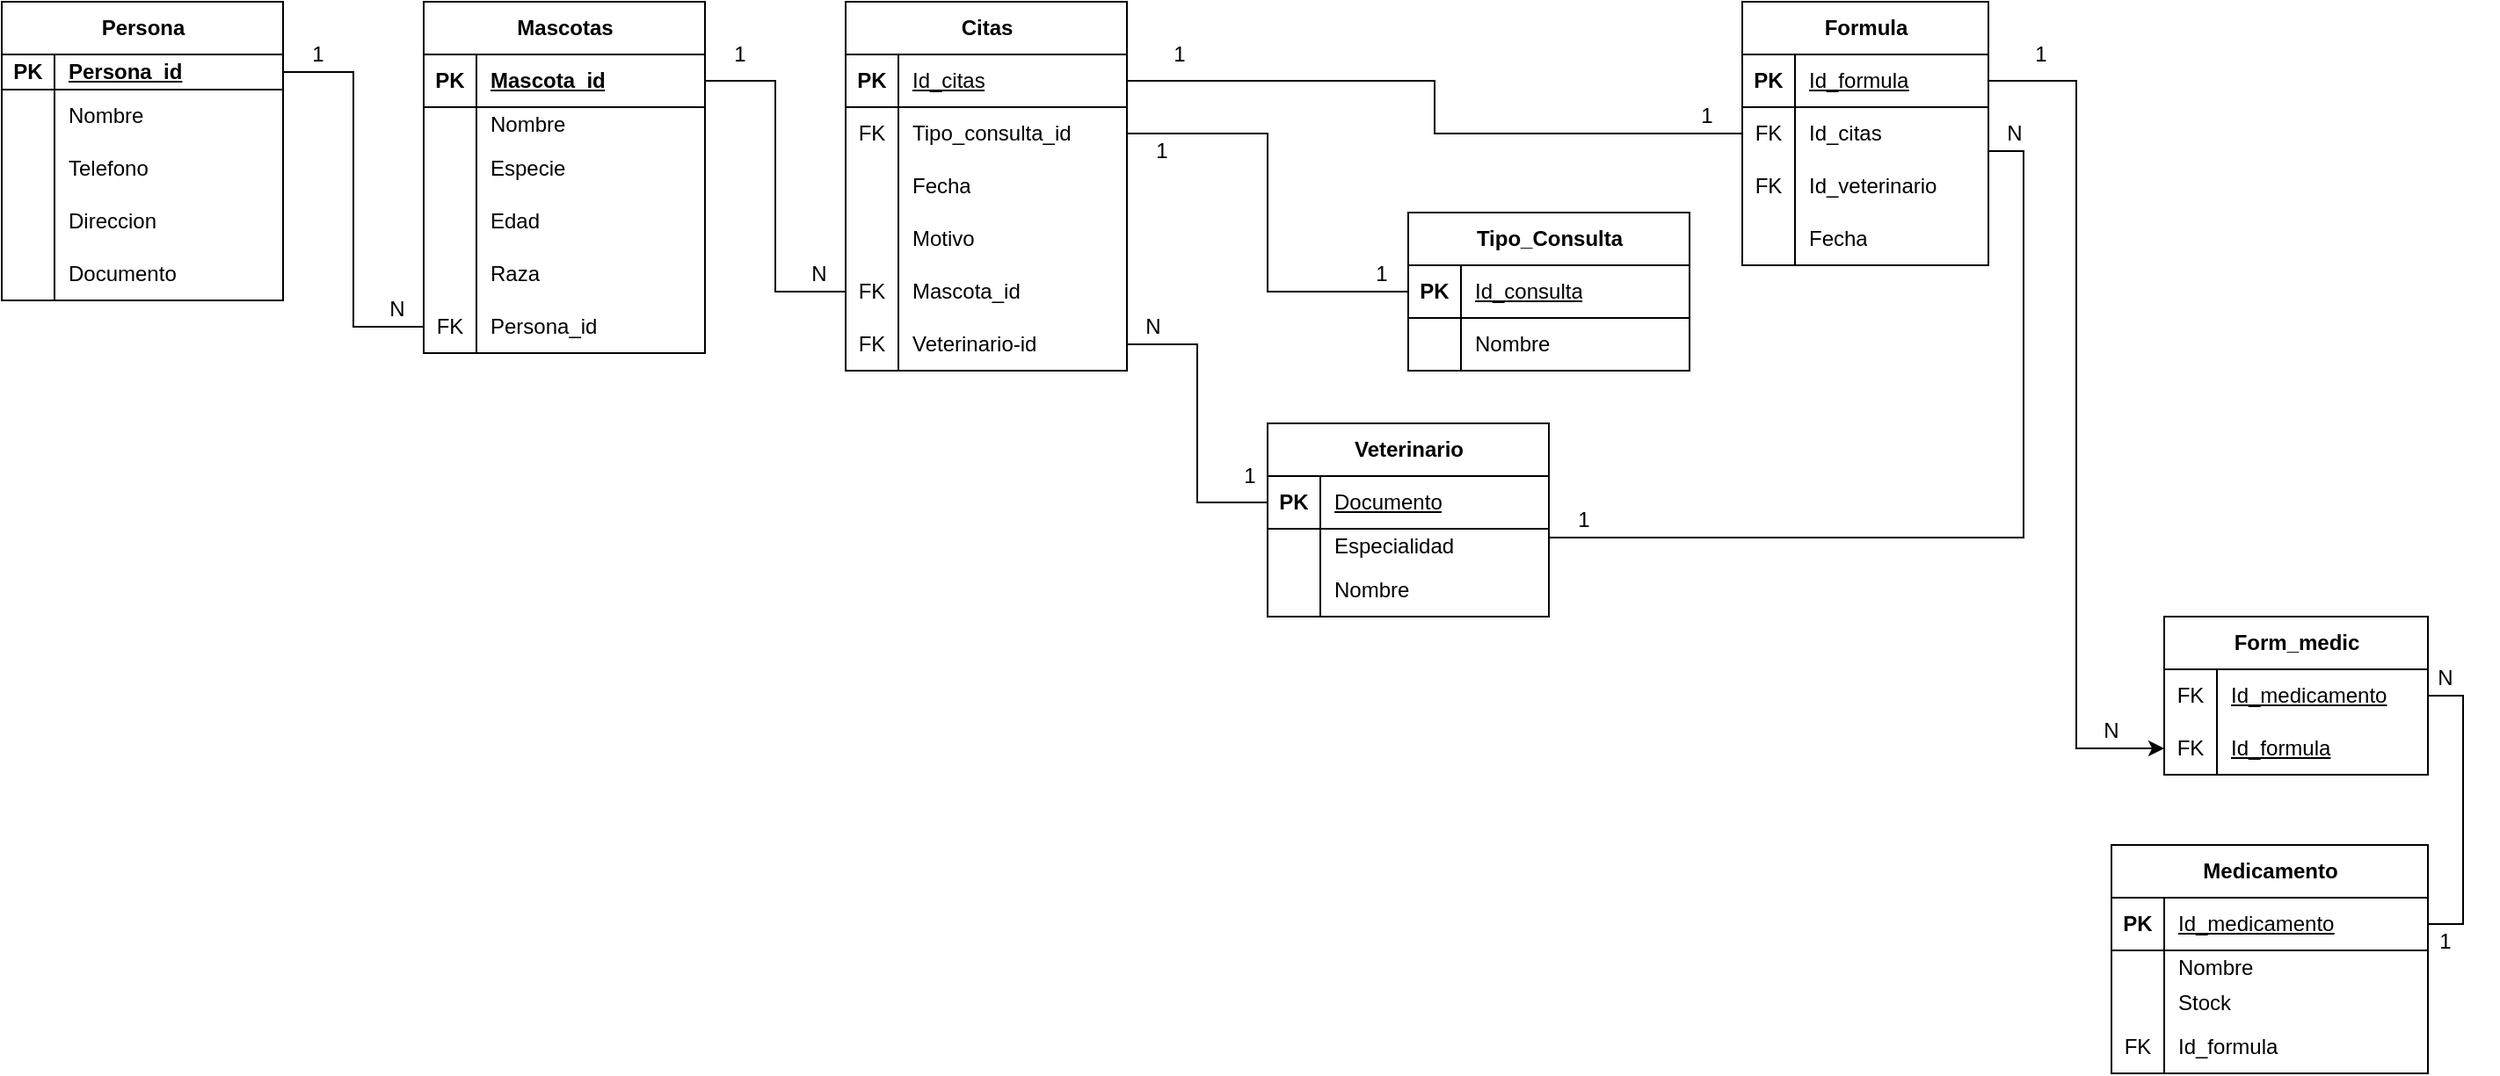
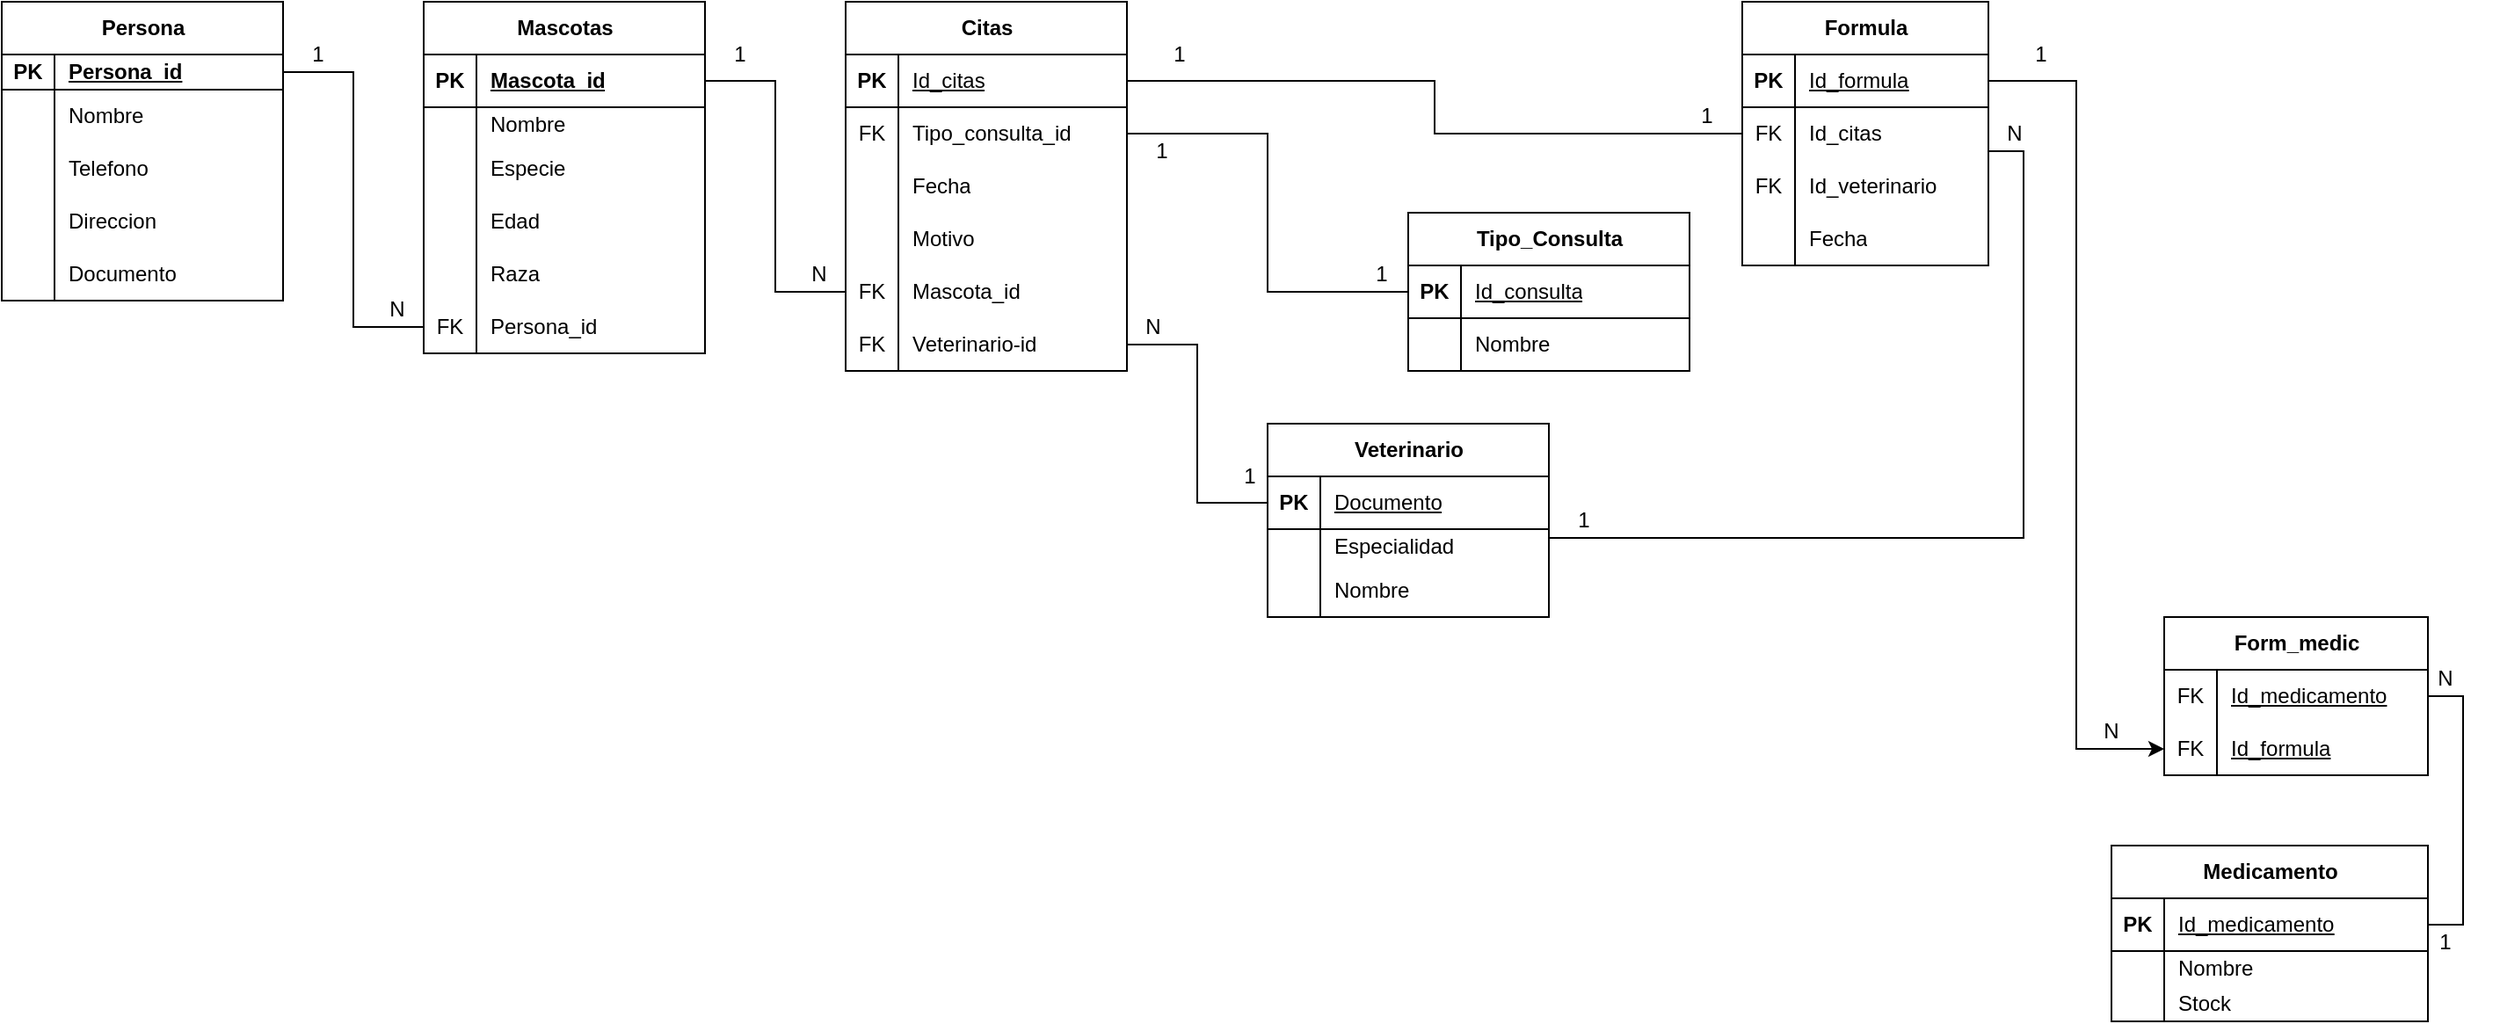
<mxfile host="app.diagrams.net">
  <diagram name="Página-1" id="SvJiLsPKLxgu3jtfJZc_">
    <mxGraphModel grid="1" page="1" gridSize="10" guides="1" tooltips="1" connect="1" arrows="1" fold="1" pageScale="1" pageWidth="827" pageHeight="1169" math="0" shadow="0">
      <root>
        <mxCell id="0" />
        <mxCell id="1" parent="0" />
        <mxCell id="VsvNg-i5ZFQkjpTPS8AG-1" parent="1" style="shape=table;startSize=30;container=1;collapsible=1;childLayout=tableLayout;fixedRows=1;rowLines=0;fontStyle=1;align=center;resizeLast=1;html=1;" value="Persona" vertex="1">
          <mxGeometry height="170" width="160" x="80" y="40" as="geometry" />
        </mxCell>
        <mxCell id="VsvNg-i5ZFQkjpTPS8AG-2" parent="VsvNg-i5ZFQkjpTPS8AG-1" style="shape=tableRow;horizontal=0;startSize=0;swimlaneHead=0;swimlaneBody=0;fillColor=none;collapsible=0;dropTarget=0;points=[[0,0.5],[1,0.5]];portConstraint=eastwest;top=0;left=0;right=0;bottom=1;" value="" vertex="1">
          <mxGeometry height="20" width="160" y="30" as="geometry" />
        </mxCell>
        <mxCell id="VsvNg-i5ZFQkjpTPS8AG-3" parent="VsvNg-i5ZFQkjpTPS8AG-2" style="shape=partialRectangle;connectable=0;fillColor=none;top=0;left=0;bottom=0;right=0;fontStyle=1;overflow=hidden;whiteSpace=wrap;html=1;" value="PK" vertex="1">
          <mxGeometry height="20" width="30" as="geometry">
            <mxRectangle height="20" width="30" as="alternateBounds" />
          </mxGeometry>
        </mxCell>
        <mxCell id="VsvNg-i5ZFQkjpTPS8AG-4" parent="VsvNg-i5ZFQkjpTPS8AG-2" style="shape=partialRectangle;connectable=0;fillColor=none;top=0;left=0;bottom=0;right=0;align=left;spacingLeft=6;fontStyle=5;overflow=hidden;whiteSpace=wrap;html=1;" value="Persona_id" vertex="1">
          <mxGeometry height="20" width="130" x="30" as="geometry">
            <mxRectangle height="20" width="130" as="alternateBounds" />
          </mxGeometry>
        </mxCell>
        <mxCell id="VsvNg-i5ZFQkjpTPS8AG-5" parent="VsvNg-i5ZFQkjpTPS8AG-1" style="shape=tableRow;horizontal=0;startSize=0;swimlaneHead=0;swimlaneBody=0;fillColor=none;collapsible=0;dropTarget=0;points=[[0,0.5],[1,0.5]];portConstraint=eastwest;top=0;left=0;right=0;bottom=0;" value="" vertex="1">
          <mxGeometry height="30" width="160" y="50" as="geometry" />
        </mxCell>
        <mxCell id="VsvNg-i5ZFQkjpTPS8AG-6" parent="VsvNg-i5ZFQkjpTPS8AG-5" style="shape=partialRectangle;connectable=0;fillColor=none;top=0;left=0;bottom=0;right=0;editable=1;overflow=hidden;whiteSpace=wrap;html=1;" value="" vertex="1">
          <mxGeometry height="30" width="30" as="geometry">
            <mxRectangle height="30" width="30" as="alternateBounds" />
          </mxGeometry>
        </mxCell>
        <mxCell id="VsvNg-i5ZFQkjpTPS8AG-7" parent="VsvNg-i5ZFQkjpTPS8AG-5" style="shape=partialRectangle;connectable=0;fillColor=none;top=0;left=0;bottom=0;right=0;align=left;spacingLeft=6;overflow=hidden;whiteSpace=wrap;html=1;" value="Nombre" vertex="1">
          <mxGeometry height="30" width="130" x="30" as="geometry">
            <mxRectangle height="30" width="130" as="alternateBounds" />
          </mxGeometry>
        </mxCell>
        <mxCell id="VsvNg-i5ZFQkjpTPS8AG-8" parent="VsvNg-i5ZFQkjpTPS8AG-1" style="shape=tableRow;horizontal=0;startSize=0;swimlaneHead=0;swimlaneBody=0;fillColor=none;collapsible=0;dropTarget=0;points=[[0,0.5],[1,0.5]];portConstraint=eastwest;top=0;left=0;right=0;bottom=0;" value="" vertex="1">
          <mxGeometry height="30" width="160" y="80" as="geometry" />
        </mxCell>
        <mxCell id="VsvNg-i5ZFQkjpTPS8AG-9" parent="VsvNg-i5ZFQkjpTPS8AG-8" style="shape=partialRectangle;connectable=0;fillColor=none;top=0;left=0;bottom=0;right=0;editable=1;overflow=hidden;whiteSpace=wrap;html=1;" value="" vertex="1">
          <mxGeometry height="30" width="30" as="geometry">
            <mxRectangle height="30" width="30" as="alternateBounds" />
          </mxGeometry>
        </mxCell>
        <mxCell id="VsvNg-i5ZFQkjpTPS8AG-10" parent="VsvNg-i5ZFQkjpTPS8AG-8" style="shape=partialRectangle;connectable=0;fillColor=none;top=0;left=0;bottom=0;right=0;align=left;spacingLeft=6;overflow=hidden;whiteSpace=wrap;html=1;" value="Telefono" vertex="1">
          <mxGeometry height="30" width="130" x="30" as="geometry">
            <mxRectangle height="30" width="130" as="alternateBounds" />
          </mxGeometry>
        </mxCell>
        <mxCell id="VsvNg-i5ZFQkjpTPS8AG-11" parent="VsvNg-i5ZFQkjpTPS8AG-1" style="shape=tableRow;horizontal=0;startSize=0;swimlaneHead=0;swimlaneBody=0;fillColor=none;collapsible=0;dropTarget=0;points=[[0,0.5],[1,0.5]];portConstraint=eastwest;top=0;left=0;right=0;bottom=0;" value="" vertex="1">
          <mxGeometry height="30" width="160" y="110" as="geometry" />
        </mxCell>
        <mxCell id="VsvNg-i5ZFQkjpTPS8AG-12" parent="VsvNg-i5ZFQkjpTPS8AG-11" style="shape=partialRectangle;connectable=0;fillColor=none;top=0;left=0;bottom=0;right=0;editable=1;overflow=hidden;whiteSpace=wrap;html=1;" value="" vertex="1">
          <mxGeometry height="30" width="30" as="geometry">
            <mxRectangle height="30" width="30" as="alternateBounds" />
          </mxGeometry>
        </mxCell>
        <mxCell id="VsvNg-i5ZFQkjpTPS8AG-13" parent="VsvNg-i5ZFQkjpTPS8AG-11" style="shape=partialRectangle;connectable=0;fillColor=none;top=0;left=0;bottom=0;right=0;align=left;spacingLeft=6;overflow=hidden;whiteSpace=wrap;html=1;" value="Direccion" vertex="1">
          <mxGeometry height="30" width="130" x="30" as="geometry">
            <mxRectangle height="30" width="130" as="alternateBounds" />
          </mxGeometry>
        </mxCell>
        <mxCell id="R9saIRfBqsFcuHFUggaw-72" parent="VsvNg-i5ZFQkjpTPS8AG-1" style="shape=tableRow;horizontal=0;startSize=0;swimlaneHead=0;swimlaneBody=0;fillColor=none;collapsible=0;dropTarget=0;points=[[0,0.5],[1,0.5]];portConstraint=eastwest;top=0;left=0;right=0;bottom=0;" value="" vertex="1">
          <mxGeometry height="30" width="160" y="140" as="geometry" />
        </mxCell>
        <mxCell id="R9saIRfBqsFcuHFUggaw-73" parent="R9saIRfBqsFcuHFUggaw-72" style="shape=partialRectangle;connectable=0;fillColor=none;top=0;left=0;bottom=0;right=0;editable=1;overflow=hidden;whiteSpace=wrap;html=1;" value="" vertex="1">
          <mxGeometry height="30" width="30" as="geometry">
            <mxRectangle height="30" width="30" as="alternateBounds" />
          </mxGeometry>
        </mxCell>
        <mxCell id="R9saIRfBqsFcuHFUggaw-74" parent="R9saIRfBqsFcuHFUggaw-72" style="shape=partialRectangle;connectable=0;fillColor=none;top=0;left=0;bottom=0;right=0;align=left;spacingLeft=6;overflow=hidden;whiteSpace=wrap;html=1;" value="Documento" vertex="1">
          <mxGeometry height="30" width="130" x="30" as="geometry">
            <mxRectangle height="30" width="130" as="alternateBounds" />
          </mxGeometry>
        </mxCell>
        <mxCell id="R9saIRfBqsFcuHFUggaw-1" parent="1" style="shape=table;startSize=30;container=1;collapsible=1;childLayout=tableLayout;fixedRows=1;rowLines=0;fontStyle=1;align=center;resizeLast=1;html=1;" value="Mascotas" vertex="1">
          <mxGeometry height="200" width="160" x="320" y="40" as="geometry" />
        </mxCell>
        <mxCell id="R9saIRfBqsFcuHFUggaw-2" parent="R9saIRfBqsFcuHFUggaw-1" style="shape=tableRow;horizontal=0;startSize=0;swimlaneHead=0;swimlaneBody=0;fillColor=none;collapsible=0;dropTarget=0;points=[[0,0.5],[1,0.5]];portConstraint=eastwest;top=0;left=0;right=0;bottom=1;" value="" vertex="1">
          <mxGeometry height="30" width="160" y="30" as="geometry" />
        </mxCell>
        <mxCell id="R9saIRfBqsFcuHFUggaw-3" parent="R9saIRfBqsFcuHFUggaw-2" style="shape=partialRectangle;connectable=0;fillColor=none;top=0;left=0;bottom=0;right=0;fontStyle=1;overflow=hidden;whiteSpace=wrap;html=1;" value="PK" vertex="1">
          <mxGeometry height="30" width="30" as="geometry">
            <mxRectangle height="30" width="30" as="alternateBounds" />
          </mxGeometry>
        </mxCell>
        <mxCell id="R9saIRfBqsFcuHFUggaw-4" parent="R9saIRfBqsFcuHFUggaw-2" style="shape=partialRectangle;connectable=0;fillColor=none;top=0;left=0;bottom=0;right=0;align=left;spacingLeft=6;fontStyle=5;overflow=hidden;whiteSpace=wrap;html=1;" value="Mascota_id" vertex="1">
          <mxGeometry height="30" width="130" x="30" as="geometry">
            <mxRectangle height="30" width="130" as="alternateBounds" />
          </mxGeometry>
        </mxCell>
        <mxCell id="R9saIRfBqsFcuHFUggaw-5" parent="R9saIRfBqsFcuHFUggaw-1" style="shape=tableRow;horizontal=0;startSize=0;swimlaneHead=0;swimlaneBody=0;fillColor=none;collapsible=0;dropTarget=0;points=[[0,0.5],[1,0.5]];portConstraint=eastwest;top=0;left=0;right=0;bottom=0;" value="" vertex="1">
          <mxGeometry height="20" width="160" y="60" as="geometry" />
        </mxCell>
        <mxCell id="R9saIRfBqsFcuHFUggaw-6" parent="R9saIRfBqsFcuHFUggaw-5" style="shape=partialRectangle;connectable=0;fillColor=none;top=0;left=0;bottom=0;right=0;editable=1;overflow=hidden;whiteSpace=wrap;html=1;" value="" vertex="1">
          <mxGeometry height="20" width="30" as="geometry">
            <mxRectangle height="20" width="30" as="alternateBounds" />
          </mxGeometry>
        </mxCell>
        <mxCell id="R9saIRfBqsFcuHFUggaw-7" parent="R9saIRfBqsFcuHFUggaw-5" style="shape=partialRectangle;connectable=0;fillColor=none;top=0;left=0;bottom=0;right=0;align=left;spacingLeft=6;overflow=hidden;whiteSpace=wrap;html=1;" value="Nombre" vertex="1">
          <mxGeometry height="20" width="130" x="30" as="geometry">
            <mxRectangle height="20" width="130" as="alternateBounds" />
          </mxGeometry>
        </mxCell>
        <mxCell id="R9saIRfBqsFcuHFUggaw-8" parent="R9saIRfBqsFcuHFUggaw-1" style="shape=tableRow;horizontal=0;startSize=0;swimlaneHead=0;swimlaneBody=0;fillColor=none;collapsible=0;dropTarget=0;points=[[0,0.5],[1,0.5]];portConstraint=eastwest;top=0;left=0;right=0;bottom=0;" value="" vertex="1">
          <mxGeometry height="30" width="160" y="80" as="geometry" />
        </mxCell>
        <mxCell id="R9saIRfBqsFcuHFUggaw-9" parent="R9saIRfBqsFcuHFUggaw-8" style="shape=partialRectangle;connectable=0;fillColor=none;top=0;left=0;bottom=0;right=0;editable=1;overflow=hidden;whiteSpace=wrap;html=1;" value="" vertex="1">
          <mxGeometry height="30" width="30" as="geometry">
            <mxRectangle height="30" width="30" as="alternateBounds" />
          </mxGeometry>
        </mxCell>
        <mxCell id="R9saIRfBqsFcuHFUggaw-10" parent="R9saIRfBqsFcuHFUggaw-8" style="shape=partialRectangle;connectable=0;fillColor=none;top=0;left=0;bottom=0;right=0;align=left;spacingLeft=6;overflow=hidden;whiteSpace=wrap;html=1;" value="Especie" vertex="1">
          <mxGeometry height="30" width="130" x="30" as="geometry">
            <mxRectangle height="30" width="130" as="alternateBounds" />
          </mxGeometry>
        </mxCell>
        <mxCell id="R9saIRfBqsFcuHFUggaw-11" parent="R9saIRfBqsFcuHFUggaw-1" style="shape=tableRow;horizontal=0;startSize=0;swimlaneHead=0;swimlaneBody=0;fillColor=none;collapsible=0;dropTarget=0;points=[[0,0.5],[1,0.5]];portConstraint=eastwest;top=0;left=0;right=0;bottom=0;" value="" vertex="1">
          <mxGeometry height="30" width="160" y="110" as="geometry" />
        </mxCell>
        <mxCell id="R9saIRfBqsFcuHFUggaw-12" parent="R9saIRfBqsFcuHFUggaw-11" style="shape=partialRectangle;connectable=0;fillColor=none;top=0;left=0;bottom=0;right=0;editable=1;overflow=hidden;whiteSpace=wrap;html=1;" value="" vertex="1">
          <mxGeometry height="30" width="30" as="geometry">
            <mxRectangle height="30" width="30" as="alternateBounds" />
          </mxGeometry>
        </mxCell>
        <mxCell id="R9saIRfBqsFcuHFUggaw-13" parent="R9saIRfBqsFcuHFUggaw-11" style="shape=partialRectangle;connectable=0;fillColor=none;top=0;left=0;bottom=0;right=0;align=left;spacingLeft=6;overflow=hidden;whiteSpace=wrap;html=1;" value="Edad" vertex="1">
          <mxGeometry height="30" width="130" x="30" as="geometry">
            <mxRectangle height="30" width="130" as="alternateBounds" />
          </mxGeometry>
        </mxCell>
        <mxCell id="R9saIRfBqsFcuHFUggaw-14" parent="R9saIRfBqsFcuHFUggaw-1" style="shape=tableRow;horizontal=0;startSize=0;swimlaneHead=0;swimlaneBody=0;fillColor=none;collapsible=0;dropTarget=0;points=[[0,0.5],[1,0.5]];portConstraint=eastwest;top=0;left=0;right=0;bottom=0;" value="" vertex="1">
          <mxGeometry height="30" width="160" y="140" as="geometry" />
        </mxCell>
        <mxCell id="R9saIRfBqsFcuHFUggaw-15" parent="R9saIRfBqsFcuHFUggaw-14" style="shape=partialRectangle;connectable=0;fillColor=none;top=0;left=0;bottom=0;right=0;editable=1;overflow=hidden;whiteSpace=wrap;html=1;" value="" vertex="1">
          <mxGeometry height="30" width="30" as="geometry">
            <mxRectangle height="30" width="30" as="alternateBounds" />
          </mxGeometry>
        </mxCell>
        <mxCell id="R9saIRfBqsFcuHFUggaw-16" parent="R9saIRfBqsFcuHFUggaw-14" style="shape=partialRectangle;connectable=0;fillColor=none;top=0;left=0;bottom=0;right=0;align=left;spacingLeft=6;overflow=hidden;whiteSpace=wrap;html=1;" value="Raza" vertex="1">
          <mxGeometry height="30" width="130" x="30" as="geometry">
            <mxRectangle height="30" width="130" as="alternateBounds" />
          </mxGeometry>
        </mxCell>
        <mxCell id="R9saIRfBqsFcuHFUggaw-75" parent="R9saIRfBqsFcuHFUggaw-1" style="shape=tableRow;horizontal=0;startSize=0;swimlaneHead=0;swimlaneBody=0;fillColor=none;collapsible=0;dropTarget=0;points=[[0,0.5],[1,0.5]];portConstraint=eastwest;top=0;left=0;right=0;bottom=0;" value="" vertex="1">
          <mxGeometry height="30" width="160" y="170" as="geometry" />
        </mxCell>
        <mxCell id="R9saIRfBqsFcuHFUggaw-76" parent="R9saIRfBqsFcuHFUggaw-75" style="shape=partialRectangle;connectable=0;fillColor=none;top=0;left=0;bottom=0;right=0;editable=1;overflow=hidden;whiteSpace=wrap;html=1;" value="FK" vertex="1">
          <mxGeometry height="30" width="30" as="geometry">
            <mxRectangle height="30" width="30" as="alternateBounds" />
          </mxGeometry>
        </mxCell>
        <mxCell id="R9saIRfBqsFcuHFUggaw-77" parent="R9saIRfBqsFcuHFUggaw-75" style="shape=partialRectangle;connectable=0;fillColor=none;top=0;left=0;bottom=0;right=0;align=left;spacingLeft=6;overflow=hidden;whiteSpace=wrap;html=1;" value="Persona_id" vertex="1">
          <mxGeometry height="30" width="130" x="30" as="geometry">
            <mxRectangle height="30" width="130" as="alternateBounds" />
          </mxGeometry>
        </mxCell>
        <mxCell id="R9saIRfBqsFcuHFUggaw-17" parent="1" style="shape=table;startSize=30;container=1;collapsible=1;childLayout=tableLayout;fixedRows=1;rowLines=0;fontStyle=1;align=center;resizeLast=1;html=1;" value="Citas" vertex="1">
          <mxGeometry height="210" width="160" x="560" y="40" as="geometry" />
        </mxCell>
        <mxCell id="R9saIRfBqsFcuHFUggaw-18" parent="R9saIRfBqsFcuHFUggaw-17" style="shape=tableRow;horizontal=0;startSize=0;swimlaneHead=0;swimlaneBody=0;fillColor=none;collapsible=0;dropTarget=0;points=[[0,0.5],[1,0.5]];portConstraint=eastwest;top=0;left=0;right=0;bottom=1;" value="" vertex="1">
          <mxGeometry height="30" width="160" y="30" as="geometry" />
        </mxCell>
        <mxCell id="R9saIRfBqsFcuHFUggaw-19" parent="R9saIRfBqsFcuHFUggaw-18" style="shape=partialRectangle;connectable=0;fillColor=none;top=0;left=0;bottom=0;right=0;fontStyle=1;overflow=hidden;whiteSpace=wrap;html=1;" value="PK" vertex="1">
          <mxGeometry height="30" width="30" as="geometry">
            <mxRectangle height="30" width="30" as="alternateBounds" />
          </mxGeometry>
        </mxCell>
        <mxCell id="R9saIRfBqsFcuHFUggaw-20" parent="R9saIRfBqsFcuHFUggaw-18" style="shape=partialRectangle;connectable=0;fillColor=none;top=0;left=0;bottom=0;right=0;align=left;spacingLeft=6;fontStyle=5;overflow=hidden;whiteSpace=wrap;html=1;" value="&lt;u style=&quot;font-weight: 400; text-align: center;&quot;&gt;Id_citas&lt;/u&gt;" vertex="1">
          <mxGeometry height="30" width="130" x="30" as="geometry">
            <mxRectangle height="30" width="130" as="alternateBounds" />
          </mxGeometry>
        </mxCell>
        <mxCell id="R9saIRfBqsFcuHFUggaw-21" parent="R9saIRfBqsFcuHFUggaw-17" style="shape=tableRow;horizontal=0;startSize=0;swimlaneHead=0;swimlaneBody=0;fillColor=none;collapsible=0;dropTarget=0;points=[[0,0.5],[1,0.5]];portConstraint=eastwest;top=0;left=0;right=0;bottom=0;" value="" vertex="1">
          <mxGeometry height="30" width="160" y="60" as="geometry" />
        </mxCell>
        <mxCell id="R9saIRfBqsFcuHFUggaw-22" parent="R9saIRfBqsFcuHFUggaw-21" style="shape=partialRectangle;connectable=0;fillColor=none;top=0;left=0;bottom=0;right=0;editable=1;overflow=hidden;whiteSpace=wrap;html=1;" value="FK" vertex="1">
          <mxGeometry height="30" width="30" as="geometry">
            <mxRectangle height="30" width="30" as="alternateBounds" />
          </mxGeometry>
        </mxCell>
        <mxCell id="R9saIRfBqsFcuHFUggaw-23" parent="R9saIRfBqsFcuHFUggaw-21" style="shape=partialRectangle;connectable=0;fillColor=none;top=0;left=0;bottom=0;right=0;align=left;spacingLeft=6;overflow=hidden;whiteSpace=wrap;html=1;" value="&lt;span style=&quot;text-align: center;&quot;&gt;Tipo_consulta_id&lt;/span&gt;" vertex="1">
          <mxGeometry height="30" width="130" x="30" as="geometry">
            <mxRectangle height="30" width="130" as="alternateBounds" />
          </mxGeometry>
        </mxCell>
        <mxCell id="R9saIRfBqsFcuHFUggaw-27" parent="R9saIRfBqsFcuHFUggaw-17" style="shape=tableRow;horizontal=0;startSize=0;swimlaneHead=0;swimlaneBody=0;fillColor=none;collapsible=0;dropTarget=0;points=[[0,0.5],[1,0.5]];portConstraint=eastwest;top=0;left=0;right=0;bottom=0;" value="" vertex="1">
          <mxGeometry height="30" width="160" y="90" as="geometry" />
        </mxCell>
        <mxCell id="R9saIRfBqsFcuHFUggaw-28" parent="R9saIRfBqsFcuHFUggaw-27" style="shape=partialRectangle;connectable=0;fillColor=none;top=0;left=0;bottom=0;right=0;editable=1;overflow=hidden;whiteSpace=wrap;html=1;" value="" vertex="1">
          <mxGeometry height="30" width="30" as="geometry">
            <mxRectangle height="30" width="30" as="alternateBounds" />
          </mxGeometry>
        </mxCell>
        <mxCell id="R9saIRfBqsFcuHFUggaw-29" parent="R9saIRfBqsFcuHFUggaw-27" style="shape=partialRectangle;connectable=0;fillColor=none;top=0;left=0;bottom=0;right=0;align=left;spacingLeft=6;overflow=hidden;whiteSpace=wrap;html=1;" value="&lt;span style=&quot;text-align: center;&quot;&gt;Fecha&lt;/span&gt;" vertex="1">
          <mxGeometry height="30" width="130" x="30" as="geometry">
            <mxRectangle height="30" width="130" as="alternateBounds" />
          </mxGeometry>
        </mxCell>
        <mxCell id="R9saIRfBqsFcuHFUggaw-30" parent="R9saIRfBqsFcuHFUggaw-17" style="shape=tableRow;horizontal=0;startSize=0;swimlaneHead=0;swimlaneBody=0;fillColor=none;collapsible=0;dropTarget=0;points=[[0,0.5],[1,0.5]];portConstraint=eastwest;top=0;left=0;right=0;bottom=0;" value="" vertex="1">
          <mxGeometry height="30" width="160" y="120" as="geometry" />
        </mxCell>
        <mxCell id="R9saIRfBqsFcuHFUggaw-31" parent="R9saIRfBqsFcuHFUggaw-30" style="shape=partialRectangle;connectable=0;fillColor=none;top=0;left=0;bottom=0;right=0;editable=1;overflow=hidden;whiteSpace=wrap;html=1;" value="" vertex="1">
          <mxGeometry height="30" width="30" as="geometry">
            <mxRectangle height="30" width="30" as="alternateBounds" />
          </mxGeometry>
        </mxCell>
        <mxCell id="R9saIRfBqsFcuHFUggaw-32" parent="R9saIRfBqsFcuHFUggaw-30" style="shape=partialRectangle;connectable=0;fillColor=none;top=0;left=0;bottom=0;right=0;align=left;spacingLeft=6;overflow=hidden;whiteSpace=wrap;html=1;" value="&lt;span style=&quot;text-align: center;&quot;&gt;Motivo&lt;/span&gt;" vertex="1">
          <mxGeometry height="30" width="130" x="30" as="geometry">
            <mxRectangle height="30" width="130" as="alternateBounds" />
          </mxGeometry>
        </mxCell>
        <mxCell id="R9saIRfBqsFcuHFUggaw-79" parent="R9saIRfBqsFcuHFUggaw-17" style="shape=tableRow;horizontal=0;startSize=0;swimlaneHead=0;swimlaneBody=0;fillColor=none;collapsible=0;dropTarget=0;points=[[0,0.5],[1,0.5]];portConstraint=eastwest;top=0;left=0;right=0;bottom=0;" value="" vertex="1">
          <mxGeometry height="30" width="160" y="150" as="geometry" />
        </mxCell>
        <mxCell id="R9saIRfBqsFcuHFUggaw-80" parent="R9saIRfBqsFcuHFUggaw-79" style="shape=partialRectangle;connectable=0;fillColor=none;top=0;left=0;bottom=0;right=0;editable=1;overflow=hidden;whiteSpace=wrap;html=1;" value="FK" vertex="1">
          <mxGeometry height="30" width="30" as="geometry">
            <mxRectangle height="30" width="30" as="alternateBounds" />
          </mxGeometry>
        </mxCell>
        <mxCell id="R9saIRfBqsFcuHFUggaw-81" parent="R9saIRfBqsFcuHFUggaw-79" style="shape=partialRectangle;connectable=0;fillColor=none;top=0;left=0;bottom=0;right=0;align=left;spacingLeft=6;overflow=hidden;whiteSpace=wrap;html=1;" value="&lt;span style=&quot;text-align: center;&quot;&gt;Mascota_id&lt;/span&gt;" vertex="1">
          <mxGeometry height="30" width="130" x="30" as="geometry">
            <mxRectangle height="30" width="130" as="alternateBounds" />
          </mxGeometry>
        </mxCell>
        <mxCell id="R9saIRfBqsFcuHFUggaw-116" parent="R9saIRfBqsFcuHFUggaw-17" style="shape=tableRow;horizontal=0;startSize=0;swimlaneHead=0;swimlaneBody=0;fillColor=none;collapsible=0;dropTarget=0;points=[[0,0.5],[1,0.5]];portConstraint=eastwest;top=0;left=0;right=0;bottom=0;" value="" vertex="1">
          <mxGeometry height="30" width="160" y="180" as="geometry" />
        </mxCell>
        <mxCell id="R9saIRfBqsFcuHFUggaw-117" parent="R9saIRfBqsFcuHFUggaw-116" style="shape=partialRectangle;connectable=0;fillColor=none;top=0;left=0;bottom=0;right=0;editable=1;overflow=hidden;whiteSpace=wrap;html=1;" value="FK" vertex="1">
          <mxGeometry height="30" width="30" as="geometry">
            <mxRectangle height="30" width="30" as="alternateBounds" />
          </mxGeometry>
        </mxCell>
        <mxCell id="R9saIRfBqsFcuHFUggaw-118" parent="R9saIRfBqsFcuHFUggaw-116" style="shape=partialRectangle;connectable=0;fillColor=none;top=0;left=0;bottom=0;right=0;align=left;spacingLeft=6;overflow=hidden;whiteSpace=wrap;html=1;" value="&lt;div style=&quot;text-align: center;&quot;&gt;&lt;span style=&quot;background-color: transparent; color: light-dark(rgb(0, 0, 0), rgb(255, 255, 255));&quot;&gt;Veterinario-id&lt;/span&gt;&lt;/div&gt;" vertex="1">
          <mxGeometry height="30" width="130" x="30" as="geometry">
            <mxRectangle height="30" width="130" as="alternateBounds" />
          </mxGeometry>
        </mxCell>
        <mxCell id="R9saIRfBqsFcuHFUggaw-33" parent="1" style="shape=table;startSize=30;container=1;collapsible=1;childLayout=tableLayout;fixedRows=1;rowLines=0;fontStyle=1;align=center;resizeLast=1;html=1;" value="Veterinario" vertex="1">
          <mxGeometry height="110" width="160" x="800" y="280" as="geometry" />
        </mxCell>
        <mxCell id="R9saIRfBqsFcuHFUggaw-34" parent="R9saIRfBqsFcuHFUggaw-33" style="shape=tableRow;horizontal=0;startSize=0;swimlaneHead=0;swimlaneBody=0;fillColor=none;collapsible=0;dropTarget=0;points=[[0,0.5],[1,0.5]];portConstraint=eastwest;top=0;left=0;right=0;bottom=1;" value="" vertex="1">
          <mxGeometry height="30" width="160" y="30" as="geometry" />
        </mxCell>
        <mxCell id="R9saIRfBqsFcuHFUggaw-35" parent="R9saIRfBqsFcuHFUggaw-34" style="shape=partialRectangle;connectable=0;fillColor=none;top=0;left=0;bottom=0;right=0;fontStyle=1;overflow=hidden;whiteSpace=wrap;html=1;" value="PK" vertex="1">
          <mxGeometry height="30" width="30" as="geometry">
            <mxRectangle height="30" width="30" as="alternateBounds" />
          </mxGeometry>
        </mxCell>
        <mxCell id="R9saIRfBqsFcuHFUggaw-36" parent="R9saIRfBqsFcuHFUggaw-34" style="shape=partialRectangle;connectable=0;fillColor=none;top=0;left=0;bottom=0;right=0;align=left;spacingLeft=6;fontStyle=5;overflow=hidden;whiteSpace=wrap;html=1;" value="&lt;u style=&quot;font-weight: 400; text-align: center;&quot;&gt;Documento&lt;/u&gt;" vertex="1">
          <mxGeometry height="30" width="130" x="30" as="geometry">
            <mxRectangle height="30" width="130" as="alternateBounds" />
          </mxGeometry>
        </mxCell>
        <mxCell id="R9saIRfBqsFcuHFUggaw-37" parent="R9saIRfBqsFcuHFUggaw-33" style="shape=tableRow;horizontal=0;startSize=0;swimlaneHead=0;swimlaneBody=0;fillColor=none;collapsible=0;dropTarget=0;points=[[0,0.5],[1,0.5]];portConstraint=eastwest;top=0;left=0;right=0;bottom=0;" value="" vertex="1">
          <mxGeometry height="20" width="160" y="60" as="geometry" />
        </mxCell>
        <mxCell id="R9saIRfBqsFcuHFUggaw-38" parent="R9saIRfBqsFcuHFUggaw-37" style="shape=partialRectangle;connectable=0;fillColor=none;top=0;left=0;bottom=0;right=0;editable=1;overflow=hidden;whiteSpace=wrap;html=1;" value="" vertex="1">
          <mxGeometry height="20" width="30" as="geometry">
            <mxRectangle height="20" width="30" as="alternateBounds" />
          </mxGeometry>
        </mxCell>
        <mxCell id="R9saIRfBqsFcuHFUggaw-39" parent="R9saIRfBqsFcuHFUggaw-37" style="shape=partialRectangle;connectable=0;fillColor=none;top=0;left=0;bottom=0;right=0;align=left;spacingLeft=6;overflow=hidden;whiteSpace=wrap;html=1;" value="&lt;span style=&quot;text-align: center;&quot;&gt;Especialidad&lt;/span&gt;" vertex="1">
          <mxGeometry height="20" width="130" x="30" as="geometry">
            <mxRectangle height="20" width="130" as="alternateBounds" />
          </mxGeometry>
        </mxCell>
        <mxCell id="R9saIRfBqsFcuHFUggaw-40" parent="R9saIRfBqsFcuHFUggaw-33" style="shape=tableRow;horizontal=0;startSize=0;swimlaneHead=0;swimlaneBody=0;fillColor=none;collapsible=0;dropTarget=0;points=[[0,0.5],[1,0.5]];portConstraint=eastwest;top=0;left=0;right=0;bottom=0;" value="" vertex="1">
          <mxGeometry height="30" width="160" y="80" as="geometry" />
        </mxCell>
        <mxCell id="R9saIRfBqsFcuHFUggaw-41" parent="R9saIRfBqsFcuHFUggaw-40" style="shape=partialRectangle;connectable=0;fillColor=none;top=0;left=0;bottom=0;right=0;editable=1;overflow=hidden;whiteSpace=wrap;html=1;" value="" vertex="1">
          <mxGeometry height="30" width="30" as="geometry">
            <mxRectangle height="30" width="30" as="alternateBounds" />
          </mxGeometry>
        </mxCell>
        <mxCell id="R9saIRfBqsFcuHFUggaw-42" parent="R9saIRfBqsFcuHFUggaw-40" style="shape=partialRectangle;connectable=0;fillColor=none;top=0;left=0;bottom=0;right=0;align=left;spacingLeft=6;overflow=hidden;whiteSpace=wrap;html=1;" value="&lt;span style=&quot;text-align: center;&quot;&gt;Nombre&lt;/span&gt;" vertex="1">
          <mxGeometry height="30" width="130" x="30" as="geometry">
            <mxRectangle height="30" width="130" as="alternateBounds" />
          </mxGeometry>
        </mxCell>
        <mxCell id="R9saIRfBqsFcuHFUggaw-46" parent="1" style="shape=table;startSize=30;container=1;collapsible=1;childLayout=tableLayout;fixedRows=1;rowLines=0;fontStyle=1;align=center;resizeLast=1;html=1;" value="Tipo_Consulta" vertex="1">
          <mxGeometry height="90" width="160" x="880" y="160" as="geometry" />
        </mxCell>
        <mxCell id="R9saIRfBqsFcuHFUggaw-47" parent="R9saIRfBqsFcuHFUggaw-46" style="shape=tableRow;horizontal=0;startSize=0;swimlaneHead=0;swimlaneBody=0;fillColor=none;collapsible=0;dropTarget=0;points=[[0,0.5],[1,0.5]];portConstraint=eastwest;top=0;left=0;right=0;bottom=1;" value="" vertex="1">
          <mxGeometry height="30" width="160" y="30" as="geometry" />
        </mxCell>
        <mxCell id="R9saIRfBqsFcuHFUggaw-48" parent="R9saIRfBqsFcuHFUggaw-47" style="shape=partialRectangle;connectable=0;fillColor=none;top=0;left=0;bottom=0;right=0;fontStyle=1;overflow=hidden;whiteSpace=wrap;html=1;" value="PK" vertex="1">
          <mxGeometry height="30" width="30" as="geometry">
            <mxRectangle height="30" width="30" as="alternateBounds" />
          </mxGeometry>
        </mxCell>
        <mxCell id="R9saIRfBqsFcuHFUggaw-49" parent="R9saIRfBqsFcuHFUggaw-47" style="shape=partialRectangle;connectable=0;fillColor=none;top=0;left=0;bottom=0;right=0;align=left;spacingLeft=6;fontStyle=5;overflow=hidden;whiteSpace=wrap;html=1;" value="&lt;u style=&quot;font-weight: 400; text-align: center;&quot;&gt;Id_consulta&lt;/u&gt;" vertex="1">
          <mxGeometry height="30" width="130" x="30" as="geometry">
            <mxRectangle height="30" width="130" as="alternateBounds" />
          </mxGeometry>
        </mxCell>
        <mxCell id="R9saIRfBqsFcuHFUggaw-50" parent="R9saIRfBqsFcuHFUggaw-46" style="shape=tableRow;horizontal=0;startSize=0;swimlaneHead=0;swimlaneBody=0;fillColor=none;collapsible=0;dropTarget=0;points=[[0,0.5],[1,0.5]];portConstraint=eastwest;top=0;left=0;right=0;bottom=0;" value="" vertex="1">
          <mxGeometry height="30" width="160" y="60" as="geometry" />
        </mxCell>
        <mxCell id="R9saIRfBqsFcuHFUggaw-51" parent="R9saIRfBqsFcuHFUggaw-50" style="shape=partialRectangle;connectable=0;fillColor=none;top=0;left=0;bottom=0;right=0;editable=1;overflow=hidden;whiteSpace=wrap;html=1;" value="" vertex="1">
          <mxGeometry height="30" width="30" as="geometry">
            <mxRectangle height="30" width="30" as="alternateBounds" />
          </mxGeometry>
        </mxCell>
        <mxCell id="R9saIRfBqsFcuHFUggaw-52" parent="R9saIRfBqsFcuHFUggaw-50" style="shape=partialRectangle;connectable=0;fillColor=none;top=0;left=0;bottom=0;right=0;align=left;spacingLeft=6;overflow=hidden;whiteSpace=wrap;html=1;" value="&lt;span style=&quot;text-align: center;&quot;&gt;Nombre&lt;/span&gt;" vertex="1">
          <mxGeometry height="30" width="130" x="30" as="geometry">
            <mxRectangle height="30" width="130" as="alternateBounds" />
          </mxGeometry>
        </mxCell>
        <mxCell id="R9saIRfBqsFcuHFUggaw-78" edge="1" parent="1" source="VsvNg-i5ZFQkjpTPS8AG-2" style="edgeStyle=orthogonalEdgeStyle;rounded=0;orthogonalLoop=1;jettySize=auto;html=1;exitX=1;exitY=0.5;exitDx=0;exitDy=0;entryX=0;entryY=0.5;entryDx=0;entryDy=0;endArrow=none;endFill=0;" target="R9saIRfBqsFcuHFUggaw-75">
          <mxGeometry relative="1" as="geometry" />
        </mxCell>
        <mxCell id="R9saIRfBqsFcuHFUggaw-82" edge="1" parent="1" source="R9saIRfBqsFcuHFUggaw-2" style="edgeStyle=orthogonalEdgeStyle;rounded=0;orthogonalLoop=1;jettySize=auto;html=1;exitX=1;exitY=0.5;exitDx=0;exitDy=0;entryX=0;entryY=0.5;entryDx=0;entryDy=0;endArrow=none;endFill=0;" target="R9saIRfBqsFcuHFUggaw-79">
          <mxGeometry relative="1" as="geometry" />
        </mxCell>
        <mxCell id="R9saIRfBqsFcuHFUggaw-84" parent="1" style="shape=table;startSize=30;container=1;collapsible=1;childLayout=tableLayout;fixedRows=1;rowLines=0;fontStyle=1;align=center;resizeLast=1;html=1;" value="Formula" vertex="1">
          <mxGeometry height="150" width="140" x="1070" y="40" as="geometry" />
        </mxCell>
        <mxCell id="R9saIRfBqsFcuHFUggaw-85" parent="R9saIRfBqsFcuHFUggaw-84" style="shape=tableRow;horizontal=0;startSize=0;swimlaneHead=0;swimlaneBody=0;fillColor=none;collapsible=0;dropTarget=0;points=[[0,0.5],[1,0.5]];portConstraint=eastwest;top=0;left=0;right=0;bottom=1;" value="" vertex="1">
          <mxGeometry height="30" width="140" y="30" as="geometry" />
        </mxCell>
        <mxCell id="R9saIRfBqsFcuHFUggaw-86" parent="R9saIRfBqsFcuHFUggaw-85" style="shape=partialRectangle;connectable=0;fillColor=none;top=0;left=0;bottom=0;right=0;fontStyle=1;overflow=hidden;whiteSpace=wrap;html=1;" value="PK" vertex="1">
          <mxGeometry height="30" width="30" as="geometry">
            <mxRectangle height="30" width="30" as="alternateBounds" />
          </mxGeometry>
        </mxCell>
        <mxCell id="R9saIRfBqsFcuHFUggaw-87" parent="R9saIRfBqsFcuHFUggaw-85" style="shape=partialRectangle;connectable=0;fillColor=none;top=0;left=0;bottom=0;right=0;align=left;spacingLeft=6;fontStyle=5;overflow=hidden;whiteSpace=wrap;html=1;" value="&lt;u style=&quot;font-weight: 400; text-align: center;&quot;&gt;Id_formula&lt;/u&gt;" vertex="1">
          <mxGeometry height="30" width="110" x="30" as="geometry">
            <mxRectangle height="30" width="110" as="alternateBounds" />
          </mxGeometry>
        </mxCell>
        <mxCell id="R9saIRfBqsFcuHFUggaw-88" parent="R9saIRfBqsFcuHFUggaw-84" style="shape=tableRow;horizontal=0;startSize=0;swimlaneHead=0;swimlaneBody=0;fillColor=none;collapsible=0;dropTarget=0;points=[[0,0.5],[1,0.5]];portConstraint=eastwest;top=0;left=0;right=0;bottom=0;" value="" vertex="1">
          <mxGeometry height="30" width="140" y="60" as="geometry" />
        </mxCell>
        <mxCell id="R9saIRfBqsFcuHFUggaw-89" parent="R9saIRfBqsFcuHFUggaw-88" style="shape=partialRectangle;connectable=0;fillColor=none;top=0;left=0;bottom=0;right=0;editable=1;overflow=hidden;whiteSpace=wrap;html=1;" value="FK" vertex="1">
          <mxGeometry height="30" width="30" as="geometry">
            <mxRectangle height="30" width="30" as="alternateBounds" />
          </mxGeometry>
        </mxCell>
        <mxCell id="R9saIRfBqsFcuHFUggaw-90" parent="R9saIRfBqsFcuHFUggaw-88" style="shape=partialRectangle;connectable=0;fillColor=none;top=0;left=0;bottom=0;right=0;align=left;spacingLeft=6;overflow=hidden;whiteSpace=wrap;html=1;" value="&lt;span style=&quot;text-align: center;&quot;&gt;Id_citas&lt;/span&gt;&amp;nbsp;" vertex="1">
          <mxGeometry height="30" width="110" x="30" as="geometry">
            <mxRectangle height="30" width="110" as="alternateBounds" />
          </mxGeometry>
        </mxCell>
        <mxCell id="R9saIRfBqsFcuHFUggaw-91" parent="R9saIRfBqsFcuHFUggaw-84" style="shape=tableRow;horizontal=0;startSize=0;swimlaneHead=0;swimlaneBody=0;fillColor=none;collapsible=0;dropTarget=0;points=[[0,0.5],[1,0.5]];portConstraint=eastwest;top=0;left=0;right=0;bottom=0;" value="" vertex="1">
          <mxGeometry height="30" width="140" y="90" as="geometry" />
        </mxCell>
        <mxCell id="R9saIRfBqsFcuHFUggaw-92" parent="R9saIRfBqsFcuHFUggaw-91" style="shape=partialRectangle;connectable=0;fillColor=none;top=0;left=0;bottom=0;right=0;editable=1;overflow=hidden;whiteSpace=wrap;html=1;" value="FK" vertex="1">
          <mxGeometry height="30" width="30" as="geometry">
            <mxRectangle height="30" width="30" as="alternateBounds" />
          </mxGeometry>
        </mxCell>
        <mxCell id="R9saIRfBqsFcuHFUggaw-93" parent="R9saIRfBqsFcuHFUggaw-91" style="shape=partialRectangle;connectable=0;fillColor=none;top=0;left=0;bottom=0;right=0;align=left;spacingLeft=6;overflow=hidden;whiteSpace=wrap;html=1;" value="&lt;span style=&quot;text-align: center;&quot;&gt;Id_veterinario&lt;/span&gt;" vertex="1">
          <mxGeometry height="30" width="110" x="30" as="geometry">
            <mxRectangle height="30" width="110" as="alternateBounds" />
          </mxGeometry>
        </mxCell>
        <mxCell id="R9saIRfBqsFcuHFUggaw-94" parent="R9saIRfBqsFcuHFUggaw-84" style="shape=tableRow;horizontal=0;startSize=0;swimlaneHead=0;swimlaneBody=0;fillColor=none;collapsible=0;dropTarget=0;points=[[0,0.5],[1,0.5]];portConstraint=eastwest;top=0;left=0;right=0;bottom=0;" value="" vertex="1">
          <mxGeometry height="30" width="140" y="120" as="geometry" />
        </mxCell>
        <mxCell id="R9saIRfBqsFcuHFUggaw-95" parent="R9saIRfBqsFcuHFUggaw-94" style="shape=partialRectangle;connectable=0;fillColor=none;top=0;left=0;bottom=0;right=0;editable=1;overflow=hidden;whiteSpace=wrap;html=1;" value="" vertex="1">
          <mxGeometry height="30" width="30" as="geometry">
            <mxRectangle height="30" width="30" as="alternateBounds" />
          </mxGeometry>
        </mxCell>
        <mxCell id="R9saIRfBqsFcuHFUggaw-96" parent="R9saIRfBqsFcuHFUggaw-94" style="shape=partialRectangle;connectable=0;fillColor=none;top=0;left=0;bottom=0;right=0;align=left;spacingLeft=6;overflow=hidden;whiteSpace=wrap;html=1;" value="&lt;span style=&quot;text-align: center;&quot;&gt;Fecha&lt;/span&gt;" vertex="1">
          <mxGeometry height="30" width="110" x="30" as="geometry">
            <mxRectangle height="30" width="110" as="alternateBounds" />
          </mxGeometry>
        </mxCell>
        <mxCell id="R9saIRfBqsFcuHFUggaw-110" edge="1" parent="1" source="R9saIRfBqsFcuHFUggaw-34" style="edgeStyle=orthogonalEdgeStyle;rounded=0;orthogonalLoop=1;jettySize=auto;html=1;exitX=1;exitY=0.5;exitDx=0;exitDy=0;entryX=1;entryY=0.5;entryDx=0;entryDy=0;endArrow=none;endFill=0;" target="R9saIRfBqsFcuHFUggaw-91">
          <mxGeometry relative="1" as="geometry">
            <Array as="points">
              <mxPoint x="960" y="345" />
              <mxPoint x="1230" y="345" />
              <mxPoint x="1230" y="125" />
              <mxPoint x="1210" y="125" />
            </Array>
          </mxGeometry>
        </mxCell>
        <mxCell id="R9saIRfBqsFcuHFUggaw-114" edge="1" parent="1" source="R9saIRfBqsFcuHFUggaw-21" style="edgeStyle=orthogonalEdgeStyle;rounded=0;orthogonalLoop=1;jettySize=auto;html=1;exitX=1;exitY=0.5;exitDx=0;exitDy=0;entryX=0;entryY=0.5;entryDx=0;entryDy=0;endArrow=none;endFill=0;" target="R9saIRfBqsFcuHFUggaw-47">
          <mxGeometry relative="1" as="geometry" />
        </mxCell>
        <mxCell id="R9saIRfBqsFcuHFUggaw-115" edge="1" parent="1" source="R9saIRfBqsFcuHFUggaw-18" style="edgeStyle=orthogonalEdgeStyle;rounded=0;orthogonalLoop=1;jettySize=auto;html=1;exitX=1;exitY=0.5;exitDx=0;exitDy=0;entryX=0;entryY=0.5;entryDx=0;entryDy=0;endArrow=none;endFill=0;" target="R9saIRfBqsFcuHFUggaw-88">
          <mxGeometry relative="1" as="geometry" />
        </mxCell>
        <mxCell id="R9saIRfBqsFcuHFUggaw-119" parent="1" style="shape=table;startSize=30;container=1;collapsible=1;childLayout=tableLayout;fixedRows=1;rowLines=0;fontStyle=1;align=center;resizeLast=1;html=1;" value="Form_medic" vertex="1">
          <mxGeometry height="90" width="150" x="1310" y="390" as="geometry" />
        </mxCell>
        <mxCell id="R9saIRfBqsFcuHFUggaw-123" parent="R9saIRfBqsFcuHFUggaw-119" style="shape=tableRow;horizontal=0;startSize=0;swimlaneHead=0;swimlaneBody=0;fillColor=none;collapsible=0;dropTarget=0;points=[[0,0.5],[1,0.5]];portConstraint=eastwest;top=0;left=0;right=0;bottom=0;" value="" vertex="1">
          <mxGeometry height="30" width="150" y="30" as="geometry" />
        </mxCell>
        <mxCell id="R9saIRfBqsFcuHFUggaw-124" parent="R9saIRfBqsFcuHFUggaw-123" style="shape=partialRectangle;connectable=0;fillColor=none;top=0;left=0;bottom=0;right=0;editable=1;overflow=hidden;whiteSpace=wrap;html=1;" value="FK" vertex="1">
          <mxGeometry height="30" width="30" as="geometry">
            <mxRectangle height="30" width="30" as="alternateBounds" />
          </mxGeometry>
        </mxCell>
        <mxCell id="R9saIRfBqsFcuHFUggaw-125" parent="R9saIRfBqsFcuHFUggaw-123" style="shape=partialRectangle;connectable=0;fillColor=none;top=0;left=0;bottom=0;right=0;align=left;spacingLeft=6;overflow=hidden;whiteSpace=wrap;html=1;" value="&lt;u style=&quot;text-align: center;&quot;&gt;Id_medicamento&lt;/u&gt;" vertex="1">
          <mxGeometry height="30" width="120" x="30" as="geometry">
            <mxRectangle height="30" width="120" as="alternateBounds" />
          </mxGeometry>
        </mxCell>
        <mxCell id="R9saIRfBqsFcuHFUggaw-126" parent="R9saIRfBqsFcuHFUggaw-119" style="shape=tableRow;horizontal=0;startSize=0;swimlaneHead=0;swimlaneBody=0;fillColor=none;collapsible=0;dropTarget=0;points=[[0,0.5],[1,0.5]];portConstraint=eastwest;top=0;left=0;right=0;bottom=0;" value="" vertex="1">
          <mxGeometry height="30" width="150" y="60" as="geometry" />
        </mxCell>
        <mxCell id="R9saIRfBqsFcuHFUggaw-127" parent="R9saIRfBqsFcuHFUggaw-126" style="shape=partialRectangle;connectable=0;fillColor=none;top=0;left=0;bottom=0;right=0;editable=1;overflow=hidden;whiteSpace=wrap;html=1;" value="FK" vertex="1">
          <mxGeometry height="30" width="30" as="geometry">
            <mxRectangle height="30" width="30" as="alternateBounds" />
          </mxGeometry>
        </mxCell>
        <mxCell id="R9saIRfBqsFcuHFUggaw-128" parent="R9saIRfBqsFcuHFUggaw-126" style="shape=partialRectangle;connectable=0;fillColor=none;top=0;left=0;bottom=0;right=0;align=left;spacingLeft=6;overflow=hidden;whiteSpace=wrap;html=1;" value="&lt;u style=&quot;text-align: center;&quot;&gt;Id_formula&lt;/u&gt;" vertex="1">
          <mxGeometry height="30" width="120" x="30" as="geometry">
            <mxRectangle height="30" width="120" as="alternateBounds" />
          </mxGeometry>
        </mxCell>
        <mxCell id="R9saIRfBqsFcuHFUggaw-132" edge="1" parent="1" source="R9saIRfBqsFcuHFUggaw-116" style="edgeStyle=orthogonalEdgeStyle;rounded=0;orthogonalLoop=1;jettySize=auto;html=1;exitX=1;exitY=0.5;exitDx=0;exitDy=0;entryX=0;entryY=0.5;entryDx=0;entryDy=0;endArrow=none;endFill=0;" target="R9saIRfBqsFcuHFUggaw-34">
          <mxGeometry relative="1" as="geometry" />
        </mxCell>
        <mxCell id="R9saIRfBqsFcuHFUggaw-156" edge="1" parent="1" source="R9saIRfBqsFcuHFUggaw-85" style="edgeStyle=orthogonalEdgeStyle;rounded=0;orthogonalLoop=1;jettySize=auto;html=1;exitX=1;exitY=0.5;exitDx=0;exitDy=0;entryX=0;entryY=0.5;entryDx=0;entryDy=0;" target="R9saIRfBqsFcuHFUggaw-126">
          <mxGeometry relative="1" as="geometry" />
        </mxCell>
        <mxCell id="R9saIRfBqsFcuHFUggaw-157" edge="1" parent="1" source="R9saIRfBqsFcuHFUggaw-60" style="edgeStyle=orthogonalEdgeStyle;rounded=0;orthogonalLoop=1;jettySize=auto;html=1;exitX=1;exitY=0.5;exitDx=0;exitDy=0;entryX=1;entryY=0.5;entryDx=0;entryDy=0;endArrow=none;endFill=0;" target="R9saIRfBqsFcuHFUggaw-123">
          <mxGeometry relative="1" as="geometry" />
        </mxCell>
        <mxCell id="R9saIRfBqsFcuHFUggaw-59" parent="1" style="shape=table;startSize=30;container=1;collapsible=1;childLayout=tableLayout;fixedRows=1;rowLines=0;fontStyle=1;align=center;resizeLast=1;html=1;" value="Medicamento" vertex="1">
-           <mxGeometry height="130" width="180" x="1280" y="520" as="geometry" />
+           <mxGeometry height="100" width="180" x="1280" y="520" as="geometry" />
        </mxCell>
        <mxCell id="R9saIRfBqsFcuHFUggaw-60" parent="R9saIRfBqsFcuHFUggaw-59" style="shape=tableRow;horizontal=0;startSize=0;swimlaneHead=0;swimlaneBody=0;fillColor=none;collapsible=0;dropTarget=0;points=[[0,0.5],[1,0.5]];portConstraint=eastwest;top=0;left=0;right=0;bottom=1;" value="" vertex="1">
          <mxGeometry height="30" width="180" y="30" as="geometry" />
        </mxCell>
        <mxCell id="R9saIRfBqsFcuHFUggaw-61" parent="R9saIRfBqsFcuHFUggaw-60" style="shape=partialRectangle;connectable=0;fillColor=none;top=0;left=0;bottom=0;right=0;fontStyle=1;overflow=hidden;whiteSpace=wrap;html=1;" value="PK" vertex="1">
          <mxGeometry height="30" width="30" as="geometry">
            <mxRectangle height="30" width="30" as="alternateBounds" />
          </mxGeometry>
        </mxCell>
        <mxCell id="R9saIRfBqsFcuHFUggaw-62" parent="R9saIRfBqsFcuHFUggaw-60" style="shape=partialRectangle;connectable=0;fillColor=none;top=0;left=0;bottom=0;right=0;align=left;spacingLeft=6;fontStyle=5;overflow=hidden;whiteSpace=wrap;html=1;" value="&lt;u style=&quot;font-weight: 400; text-align: center;&quot;&gt;Id_medicamento&lt;/u&gt;" vertex="1">
          <mxGeometry height="30" width="150" x="30" as="geometry">
            <mxRectangle height="30" width="150" as="alternateBounds" />
          </mxGeometry>
        </mxCell>
        <mxCell id="R9saIRfBqsFcuHFUggaw-63" parent="R9saIRfBqsFcuHFUggaw-59" style="shape=tableRow;horizontal=0;startSize=0;swimlaneHead=0;swimlaneBody=0;fillColor=none;collapsible=0;dropTarget=0;points=[[0,0.5],[1,0.5]];portConstraint=eastwest;top=0;left=0;right=0;bottom=0;" value="" vertex="1">
          <mxGeometry height="20" width="180" y="60" as="geometry" />
        </mxCell>
        <mxCell id="R9saIRfBqsFcuHFUggaw-64" parent="R9saIRfBqsFcuHFUggaw-63" style="shape=partialRectangle;connectable=0;fillColor=none;top=0;left=0;bottom=0;right=0;editable=1;overflow=hidden;whiteSpace=wrap;html=1;" value="" vertex="1">
          <mxGeometry height="20" width="30" as="geometry">
            <mxRectangle height="20" width="30" as="alternateBounds" />
          </mxGeometry>
        </mxCell>
        <mxCell id="R9saIRfBqsFcuHFUggaw-65" parent="R9saIRfBqsFcuHFUggaw-63" style="shape=partialRectangle;connectable=0;fillColor=none;top=0;left=0;bottom=0;right=0;align=left;spacingLeft=6;overflow=hidden;whiteSpace=wrap;html=1;" value="&lt;span style=&quot;text-align: center;&quot;&gt;Nombre&lt;/span&gt;" vertex="1">
          <mxGeometry height="20" width="150" x="30" as="geometry">
            <mxRectangle height="20" width="150" as="alternateBounds" />
          </mxGeometry>
        </mxCell>
        <mxCell id="R9saIRfBqsFcuHFUggaw-66" parent="R9saIRfBqsFcuHFUggaw-59" style="shape=tableRow;horizontal=0;startSize=0;swimlaneHead=0;swimlaneBody=0;fillColor=none;collapsible=0;dropTarget=0;points=[[0,0.5],[1,0.5]];portConstraint=eastwest;top=0;left=0;right=0;bottom=0;" value="" vertex="1">
          <mxGeometry height="20" width="180" y="80" as="geometry" />
        </mxCell>
        <mxCell id="R9saIRfBqsFcuHFUggaw-67" parent="R9saIRfBqsFcuHFUggaw-66" style="shape=partialRectangle;connectable=0;fillColor=none;top=0;left=0;bottom=0;right=0;editable=1;overflow=hidden;whiteSpace=wrap;html=1;" value="" vertex="1">
          <mxGeometry height="20" width="30" as="geometry">
            <mxRectangle height="20" width="30" as="alternateBounds" />
          </mxGeometry>
        </mxCell>
        <mxCell id="R9saIRfBqsFcuHFUggaw-68" parent="R9saIRfBqsFcuHFUggaw-66" style="shape=partialRectangle;connectable=0;fillColor=none;top=0;left=0;bottom=0;right=0;align=left;spacingLeft=6;overflow=hidden;whiteSpace=wrap;html=1;" value="&lt;span style=&quot;text-align: center;&quot;&gt;Stock&lt;/span&gt;" vertex="1">
          <mxGeometry height="20" width="150" x="30" as="geometry">
            <mxRectangle height="20" width="150" as="alternateBounds" />
-           </mxGeometry>
-         </mxCell>
-         <mxCell id="R9saIRfBqsFcuHFUggaw-107" parent="R9saIRfBqsFcuHFUggaw-59" style="shape=tableRow;horizontal=0;startSize=0;swimlaneHead=0;swimlaneBody=0;fillColor=none;collapsible=0;dropTarget=0;points=[[0,0.5],[1,0.5]];portConstraint=eastwest;top=0;left=0;right=0;bottom=0;" value="" vertex="1">
-           <mxGeometry height="30" width="180" y="100" as="geometry" />
-         </mxCell>
-         <mxCell id="R9saIRfBqsFcuHFUggaw-108" parent="R9saIRfBqsFcuHFUggaw-107" style="shape=partialRectangle;connectable=0;fillColor=none;top=0;left=0;bottom=0;right=0;editable=1;overflow=hidden;whiteSpace=wrap;html=1;" value="FK" vertex="1">
-           <mxGeometry height="30" width="30" as="geometry">
-             <mxRectangle height="30" width="30" as="alternateBounds" />
-           </mxGeometry>
-         </mxCell>
-         <mxCell id="R9saIRfBqsFcuHFUggaw-109" parent="R9saIRfBqsFcuHFUggaw-107" style="shape=partialRectangle;connectable=0;fillColor=none;top=0;left=0;bottom=0;right=0;align=left;spacingLeft=6;overflow=hidden;whiteSpace=wrap;html=1;" value="&lt;span style=&quot;text-align: center;&quot;&gt;Id_formula&lt;/span&gt;" vertex="1">
-           <mxGeometry height="30" width="150" x="30" as="geometry">
-             <mxRectangle height="30" width="150" as="alternateBounds" />
          </mxGeometry>
        </mxCell>
        <mxCell id="R9saIRfBqsFcuHFUggaw-162" parent="1" style="text;html=1;whiteSpace=wrap;strokeColor=none;fillColor=none;align=center;verticalAlign=middle;rounded=0;" value="1" vertex="1">
          <mxGeometry height="20" width="40" x="240" y="60" as="geometry" />
        </mxCell>
        <mxCell id="R9saIRfBqsFcuHFUggaw-164" parent="1" style="text;html=1;whiteSpace=wrap;strokeColor=none;fillColor=none;align=center;verticalAlign=middle;rounded=0;" value="N" vertex="1">
          <mxGeometry height="10" width="30" x="290" y="210" as="geometry" />
        </mxCell>
        <mxCell id="R9saIRfBqsFcuHFUggaw-168" parent="1" style="text;html=1;whiteSpace=wrap;strokeColor=none;fillColor=none;align=center;verticalAlign=middle;rounded=0;" value="1" vertex="1">
          <mxGeometry height="20" width="40" x="480" y="60" as="geometry" />
        </mxCell>
        <mxCell id="R9saIRfBqsFcuHFUggaw-169" parent="1" style="text;html=1;whiteSpace=wrap;strokeColor=none;fillColor=none;align=center;verticalAlign=middle;rounded=0;" value="N" vertex="1">
          <mxGeometry height="10" width="50" x="520" y="190" as="geometry" />
        </mxCell>
        <mxCell id="R9saIRfBqsFcuHFUggaw-170" parent="1" style="text;html=1;whiteSpace=wrap;strokeColor=none;fillColor=none;align=center;verticalAlign=middle;rounded=0;" value="1" vertex="1">
          <mxGeometry height="20" width="40" x="730" y="60" as="geometry" />
        </mxCell>
        <mxCell id="R9saIRfBqsFcuHFUggaw-171" parent="1" style="text;html=1;whiteSpace=wrap;strokeColor=none;fillColor=none;align=center;verticalAlign=middle;rounded=0;" value="1" vertex="1">
          <mxGeometry height="10" width="40" x="1030" y="100" as="geometry" />
        </mxCell>
        <mxCell id="R9saIRfBqsFcuHFUggaw-172" parent="1" style="text;html=1;whiteSpace=wrap;strokeColor=none;fillColor=none;align=center;verticalAlign=middle;rounded=0;" value="1" vertex="1">
          <mxGeometry height="20" width="40" x="720" y="115" as="geometry" />
        </mxCell>
        <mxCell id="R9saIRfBqsFcuHFUggaw-173" parent="1" style="text;html=1;whiteSpace=wrap;strokeColor=none;fillColor=none;align=center;verticalAlign=middle;rounded=0;" value="1" vertex="1">
          <mxGeometry height="20" width="30" x="850" y="185" as="geometry" />
        </mxCell>
        <mxCell id="R9saIRfBqsFcuHFUggaw-174" parent="1" style="text;html=1;whiteSpace=wrap;strokeColor=none;fillColor=none;align=center;verticalAlign=middle;rounded=0;" value="N" vertex="1">
          <mxGeometry height="10" width="30" x="720" y="220" as="geometry" />
        </mxCell>
        <mxCell id="R9saIRfBqsFcuHFUggaw-175" parent="1" style="text;html=1;whiteSpace=wrap;strokeColor=none;fillColor=none;align=center;verticalAlign=middle;rounded=0;" value="1" vertex="1">
          <mxGeometry height="20" width="40" x="770" y="300" as="geometry" />
        </mxCell>
        <mxCell id="R9saIRfBqsFcuHFUggaw-176" parent="1" style="text;html=1;whiteSpace=wrap;strokeColor=none;fillColor=none;align=center;verticalAlign=middle;rounded=0;" value="1" vertex="1">
          <mxGeometry height="30" width="60" x="950" y="320" as="geometry" />
        </mxCell>
        <mxCell id="R9saIRfBqsFcuHFUggaw-177" parent="1" style="text;html=1;whiteSpace=wrap;strokeColor=none;fillColor=none;align=center;verticalAlign=middle;rounded=0;" value="N" vertex="1">
          <mxGeometry height="20" width="30" x="1210" y="105" as="geometry" />
        </mxCell>
        <mxCell id="R9saIRfBqsFcuHFUggaw-178" parent="1" style="text;html=1;whiteSpace=wrap;strokeColor=none;fillColor=none;align=center;verticalAlign=middle;rounded=0;" value="1" vertex="1">
          <mxGeometry height="30" width="60" x="1210" y="55" as="geometry" />
        </mxCell>
        <mxCell id="R9saIRfBqsFcuHFUggaw-179" parent="1" style="text;html=1;whiteSpace=wrap;strokeColor=none;fillColor=none;align=center;verticalAlign=middle;rounded=0;" value="N" vertex="1">
          <mxGeometry height="30" width="60" x="1250" y="440" as="geometry" />
        </mxCell>
        <mxCell id="R9saIRfBqsFcuHFUggaw-180" parent="1" style="text;html=1;whiteSpace=wrap;strokeColor=none;fillColor=none;align=center;verticalAlign=middle;rounded=0;" value="1" vertex="1">
          <mxGeometry height="30" width="60" x="1440" y="560" as="geometry" />
        </mxCell>
        <mxCell id="R9saIRfBqsFcuHFUggaw-181" parent="1" style="text;html=1;whiteSpace=wrap;strokeColor=none;fillColor=none;align=center;verticalAlign=middle;rounded=0;" value="N" vertex="1">
          <mxGeometry height="30" width="60" x="1440" y="410" as="geometry" />
        </mxCell>
      </root>
    </mxGraphModel>
  </diagram>
</mxfile>
